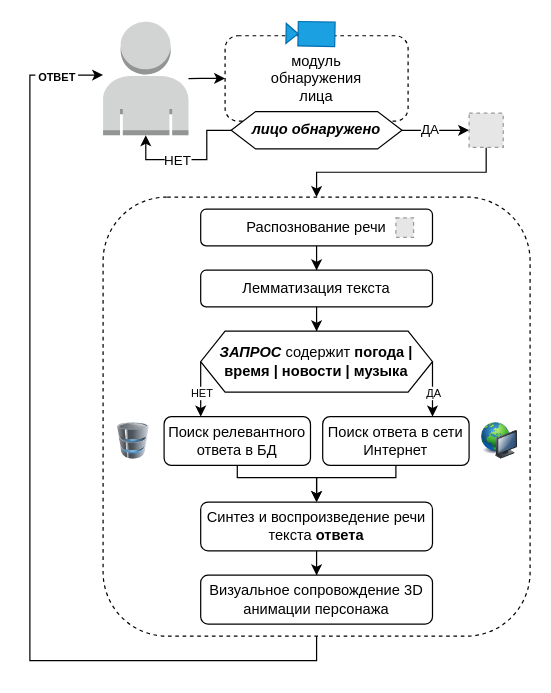
pteacher/hiva-irbis-demo keeps this draw.io diagram as src/hiva_schematic (1).drawio. Above is the earlier version. Source tidied: cells renumbered, new cells numbered last; positions are measured from the earlier drawing's top-left corner, leaving out a move shared by most shapes. Both pictures are drawn from the tidied source at 122%, with x=0, y=0 at pixel (29, 21). Pictures stored in the file or linked from it are replaced by grey dashed boxes.
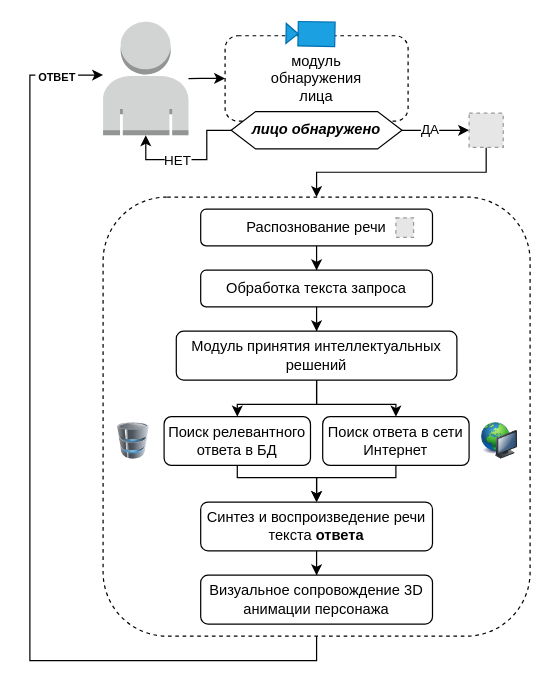
Above is the later version.

The change refers to these unchanged cells:
```xml
<mxCell id="8" value="Поиск релевантного ответа в БД" style="whiteSpace=wrap;html=1;rounded=1;" parent="1" vertex="1">
  <mxGeometry x="110" y="324" width="120" height="40" as="geometry" />
</mxCell>
<mxCell id="15" value="Поиск ответа в сети Интернет" style="whiteSpace=wrap;html=1;rounded=1;" parent="1" vertex="1">
  <mxGeometry x="240" y="324" width="120" height="40" as="geometry" />
</mxCell>
```

What changed in the source:
```diff
@@
-    <mxCell id="5" style="edgeStyle=orthogonalEdgeStyle;rounded=0;jettySize=auto;html=1;fontSize=9;" parent="1" edge="1" source="6" target="13">
-      <mxGeometry relative="1" as="geometry" />
-    </mxCell>
+    <mxCell id="36" style="edgeStyle=orthogonalEdgeStyle;rounded=0;jettySize=auto;html=1;fontColor=#EA6B66;startArrow=none;startFill=0;endArrow=classic;endFill=1;" parent="1" edge="1" source="6" target="39">
+      <mxGeometry relative="1" as="geometry" />
+    </mxCell>
-    <mxCell id="6" value="Лемматизация текста" style="whiteSpace=wrap;html=1;rounded=1;" parent="1" vertex="1">
+    <mxCell id="6" value="Обработка текста запроса" style="whiteSpace=wrap;html=1;rounded=1;" parent="1" vertex="1">
       <mxGeometry x="140" y="204" width="190" height="30" as="geometry" />
     </mxCell>
@@
-    <mxCell id="9" style="edgeStyle=orthogonalEdgeStyle;rounded=0;jettySize=auto;html=1;exitX=0;exitY=0.5;exitDx=0;exitDy=0;entryX=0.25;entryY=0;entryDx=0;entryDy=0;fontSize=9;" parent="1" edge="1" source="13" target="8">
-      <mxGeometry relative="1" as="geometry">
-        <Array as="points">
-          <mxPoint x="140" y="304" />
-          <mxPoint x="140" y="304" />
-        </Array>
-      </mxGeometry>
-    </mxCell>
-    <mxCell id="10" value="НЕТ" style="edgeLabel;html=1;align=center;verticalAlign=middle;fontSize=9;" parent="9" vertex="1">
-      <mxGeometry x="-0.27" y="2" relative="1" as="geometry">
-        <mxPoint x="-2" y="9" as="offset" />
-      </mxGeometry>
-    </mxCell>
-    <mxCell id="11" style="edgeStyle=orthogonalEdgeStyle;rounded=0;jettySize=auto;html=1;exitX=1;exitY=0.5;exitDx=0;exitDy=0;entryX=0.75;entryY=0;entryDx=0;entryDy=0;fontSize=9;" parent="1" edge="1" source="13" target="15">
-      <mxGeometry relative="1" as="geometry">
-        <Array as="points">
-          <mxPoint x="330" y="279" />
-          <mxPoint x="330" y="324" />
-        </Array>
-      </mxGeometry>
-    </mxCell>
-    <mxCell id="12" value="ДА" style="edgeLabel;html=1;align=center;verticalAlign=middle;fontSize=9;" parent="11" vertex="1">
-      <mxGeometry x="0.28" y="-1" relative="1" as="geometry">
-        <mxPoint x="1" y="-4" as="offset" />
-      </mxGeometry>
-    </mxCell>
-    <mxCell id="13" value="&lt;b style=&quot;font-size: 12px&quot;&gt;&lt;i&gt;ЗАПРОС&lt;/i&gt;&lt;/b&gt;&lt;span style=&quot;font-size: 12px&quot;&gt;&amp;nbsp;содержит&amp;nbsp;&lt;/span&gt;&lt;b style=&quot;font-size: 12px&quot;&gt;погода | время | новости | музыка&lt;/b&gt;" style="shape=hexagon;perimeter=hexagonPerimeter2;whiteSpace=wrap;html=1;fixedSize=1;fontSize=9;" parent="1" vertex="1">
-      <mxGeometry x="140" y="254" width="190" height="50" as="geometry" />
-    </mxCell>
@@
+    <mxCell id="37" style="edgeStyle=orthogonalEdgeStyle;rounded=0;jettySize=auto;html=1;exitX=0.5;exitY=1;exitDx=0;exitDy=0;entryX=0.5;entryY=0;entryDx=0;entryDy=0;fontColor=#EA6B66;startArrow=none;startFill=0;endArrow=classic;endFill=1;" parent="1" edge="1" source="39" target="8">
+      <mxGeometry relative="1" as="geometry" />
+    </mxCell>
+    <mxCell id="38" style="edgeStyle=orthogonalEdgeStyle;rounded=0;jettySize=auto;html=1;exitX=0.5;exitY=1;exitDx=0;exitDy=0;fontColor=#EA6B66;startArrow=none;startFill=0;endArrow=classic;endFill=1;" parent="1" edge="1" source="39" target="15">
+      <mxGeometry relative="1" as="geometry" />
+    </mxCell>
+    <mxCell id="39" value="Модуль принятия интеллектуальных решений" style="whiteSpace=wrap;html=1;rounded=1;" parent="1" vertex="1">
+      <mxGeometry x="120" y="254" width="230" height="40" as="geometry" />
+    </mxCell>
```
